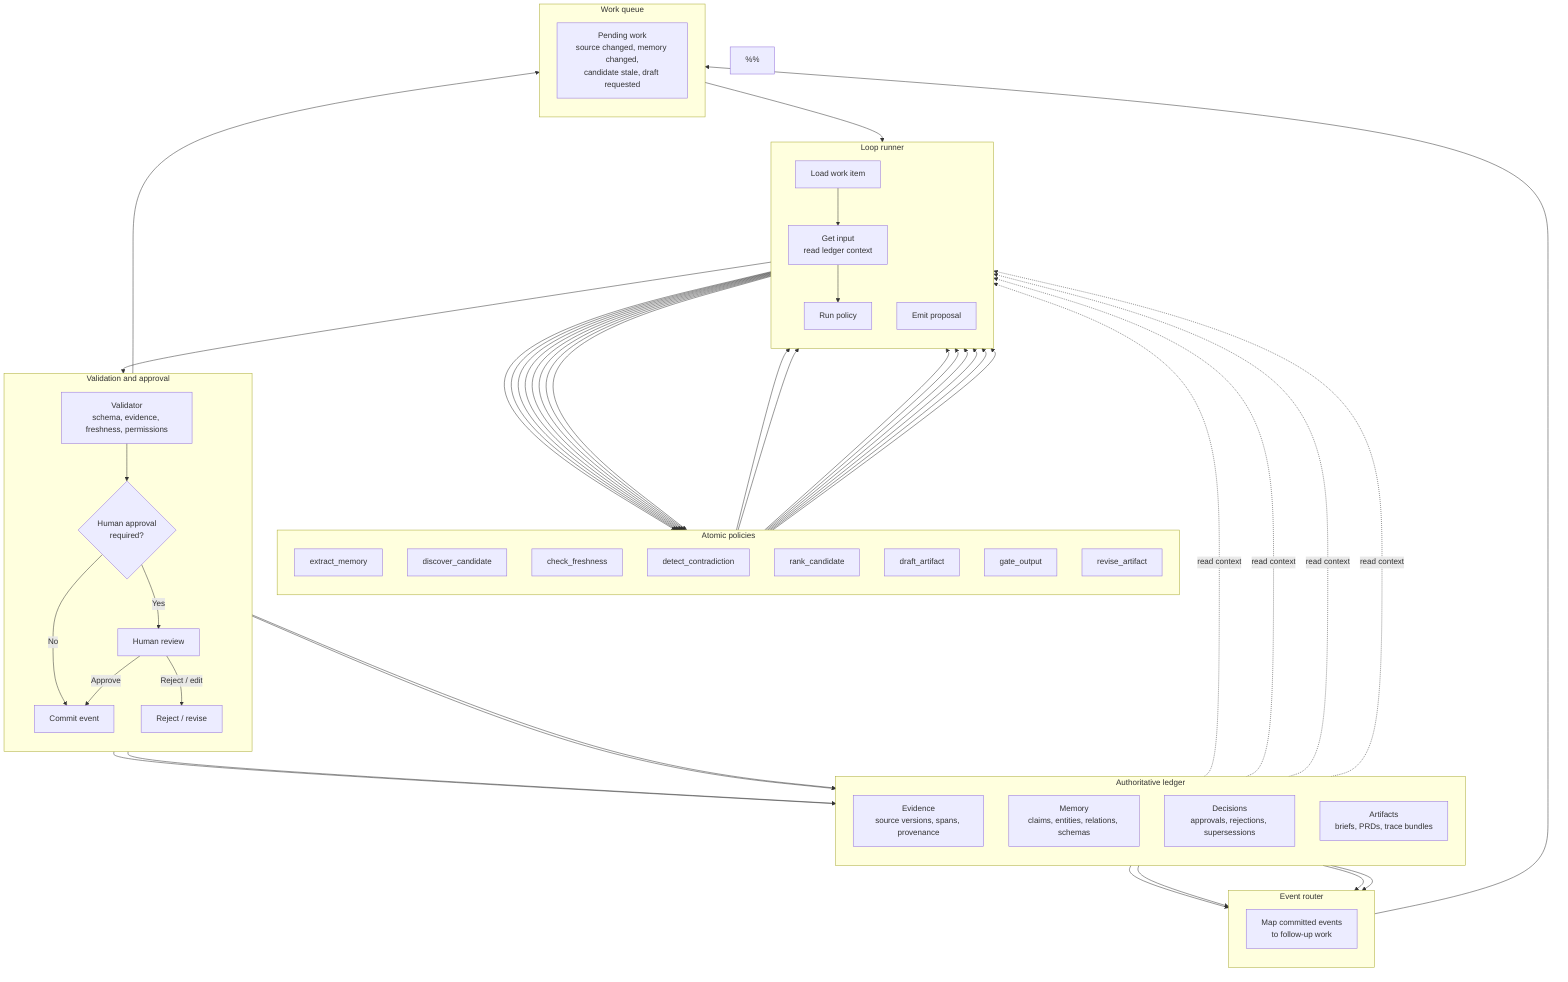
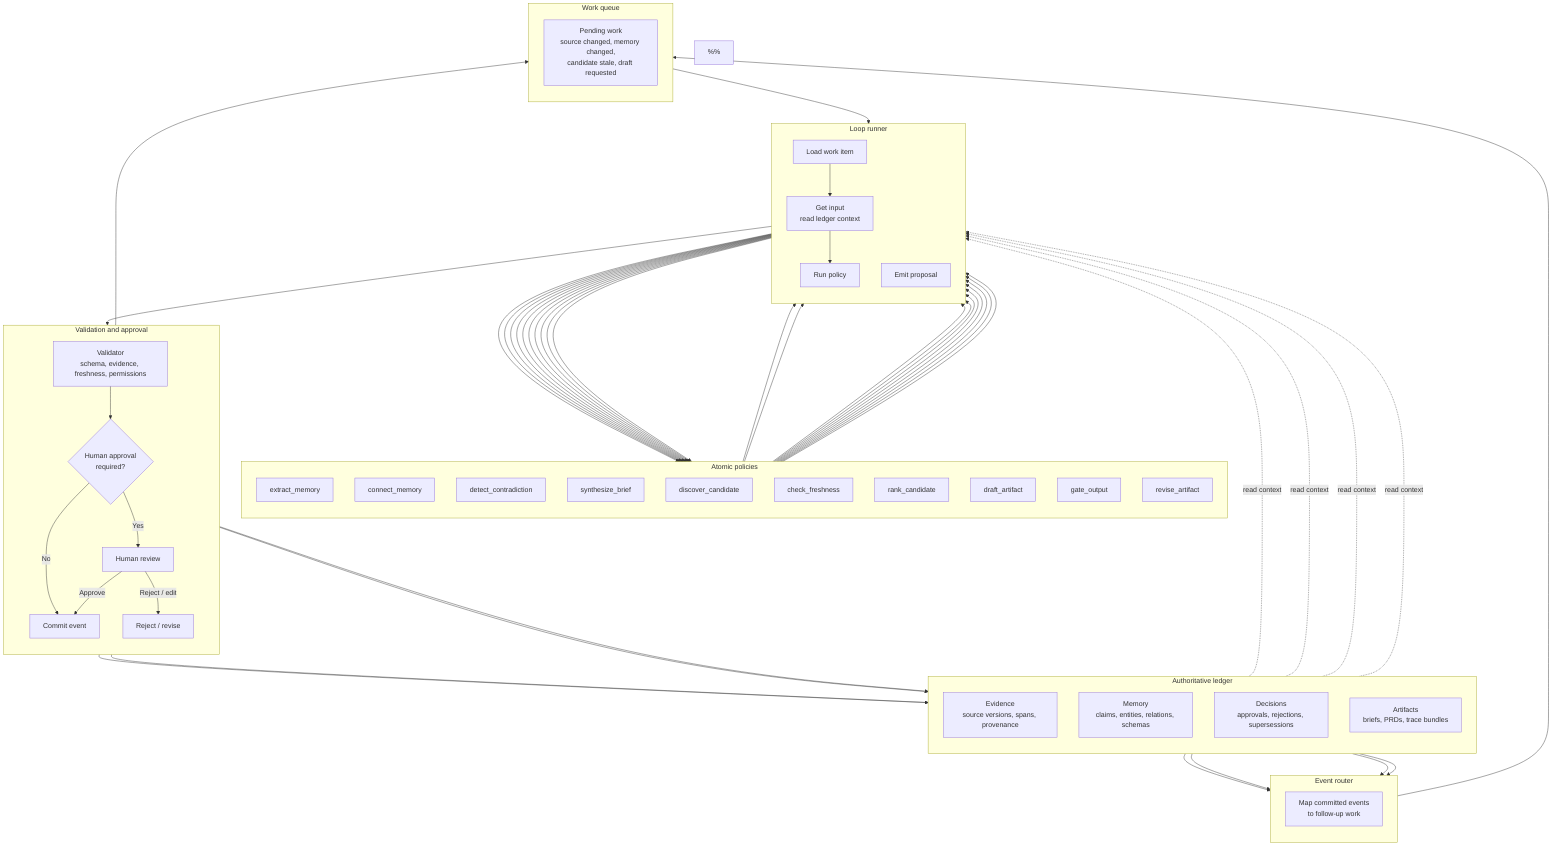
flowchart TB

%% =====================================================
%% DISTILLERY LOOP SYSTEM DIAGRAM
%% Status: simplified current architecture plus intended downstream loop.
%%
%% Idea: the system is a small fleet of homogeneous loops.
%% Committed ledger events route to pending work. A context loader
%% prepares typed policy input. Policy runners emit proposed events.
%% Validators and humans decide what becomes committed ledger state.
%% =====================================================

subgraph LEDGER["Authoritative ledger"]
  direction TB
  A["Evidence<br/>source versions, spans, provenance"]
  B["Memory<br/>claims, entities, relations, schemas"]
  C["Decisions<br/>approvals, rejections, supersessions"]
  D["Artifacts<br/>briefs, PRDs, trace bundles"]
end

subgraph RUNNER["Loop runner"]
  direction TB
  E["Load work item"]
  F["Get input<br/>read ledger context"]
  G["Run policy"]
  H["Emit proposal"]
end

subgraph ROUTER["Event router"]
  direction TB
  R["Map committed events<br/>to follow-up work"]
end

subgraph POLICIES["Atomic policies"]
  direction TB
  P1["extract_memory"]
-   P2["discover_candidate"]
-   P3["check_freshness"]
-   P4["detect_contradiction"]
-   P5["rank_candidate"]
-   P6["draft_artifact"]
-   P7["gate_output"]
-   P8["revise_artifact"]
+   P2["connect_memory"]
+   P3["detect_contradiction"]
+   P4["synthesize_brief"]
+   P5["discover_candidate"]
+   P6["check_freshness"]
+   P7["rank_candidate"]
+   P8["draft_artifact"]
+   P9["gate_output"]
+   P10["revise_artifact"]
end

subgraph GATE["Validation and approval"]
  direction TB
  I["Validator<br/>schema, evidence, freshness, permissions"]
  J{"Human approval<br/>required?"}
  K["Human review"]
  L["Commit event"]
  M["Reject / revise"]
end

subgraph QUEUE["Work queue"]
  direction TB
  Q["Pending work<br/>source changed, memory changed,<br/>candidate stale, draft requested"]
end

A -. "read context" .-> F
B -. "read context" .-> F
C -. "read context" .-> F
D -. "read context" .-> F

A --> R
B --> R
C --> R
D --> R
R --> Q

Q --> E
E --> F
F --> G

G --> P1
G --> P2
G --> P3
G --> P4
G --> P5
G --> P6
G --> P7
G --> P8
+ G --> P9
+ G --> P10

P1 --> H
P2 --> H
P3 --> H
P4 --> H
P5 --> H
P6 --> H
P7 --> H
P8 --> H
+ P9 --> H
+ P10 --> H

H --> I
I --> J
J -->|"No"| L
J -->|"Yes"| K
K -->|"Approve"| L
K -->|"Reject / edit"| M

M --> Q
L --> A
L --> B
L --> C
L --> D
